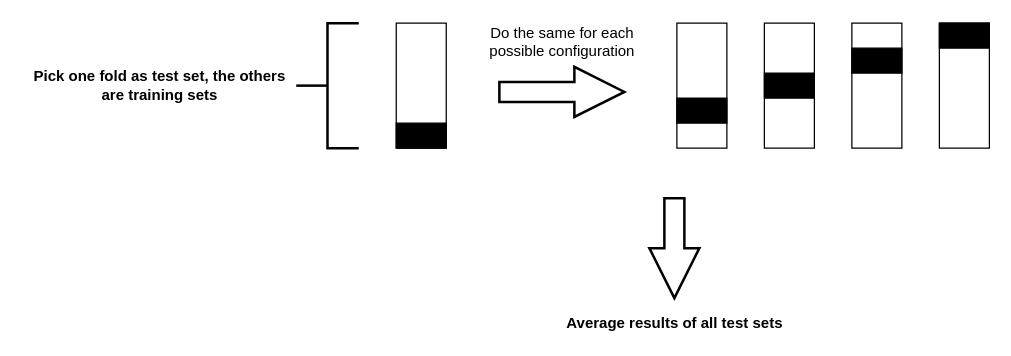
Above: Common/drawIo/cross_validation.drawio in clementju-jobinjo/thesis_template (draw.io), before the change. Source tidied: cells renumbered, new cells numbered last; positions are measured from the earlier drawing's top-left corner, leaving out a move shared by most shapes. Both pictures are drawn from the tidied source at 125%, with x=0, y=0 at pixel (20, 22).
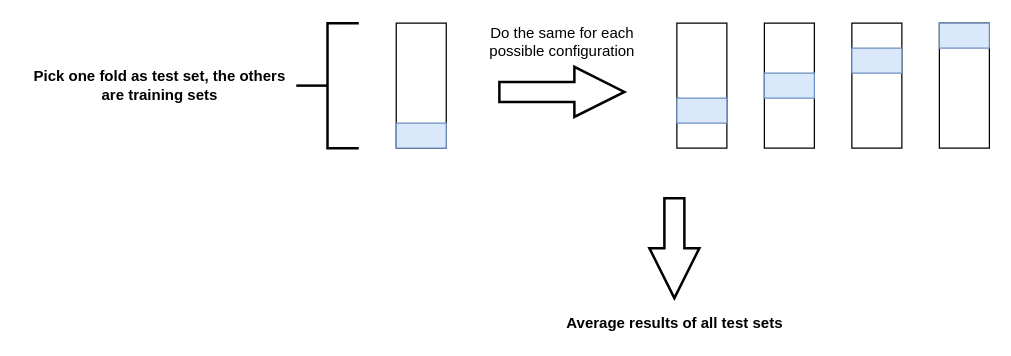
Above is the later version.

Commit message (it also covers changes not shown here):
Johan and Julien: cross_validation figure adapted to respect the design of the other figures

The edit, as a diff of the source:
```diff
@@
 <mxGraphModel>
   <root>
     <mxCell id="0" />
     <mxCell id="1" parent="0" />
     <mxCell id="2" style="rounded=0;whiteSpace=wrap;html=1;fillColor=#FFFFFF;rotation=90;strokeColor=#000000;" parent="1" vertex="1">
       <mxGeometry x="270.5" y="30" width="100" height="40" as="geometry" />
     </mxCell>
     <mxCell id="3" style="rounded=0;whiteSpace=wrap;html=1;fillColor=#FFFFFF;rotation=90;" parent="1" vertex="1">
       <mxGeometry x="495" y="30" width="100" height="40" as="geometry" />
     </mxCell>
     <mxCell id="4" style="rounded=0;whiteSpace=wrap;html=1;fillColor=#FFFFFF;rotation=90;" parent="1" vertex="1">
       <mxGeometry x="565" y="30" width="100" height="40" as="geometry" />
     </mxCell>
     <mxCell id="5" style="rounded=0;whiteSpace=wrap;html=1;fillColor=#FFFFFF;rotation=90;" parent="1" vertex="1">
       <mxGeometry x="635" y="30" width="100" height="40" as="geometry" />
     </mxCell>
     <mxCell id="6" style="rounded=0;whiteSpace=wrap;html=1;rotation=90;" parent="1" vertex="1">
       <mxGeometry x="705" y="30" width="100" height="40" as="geometry" />
     </mxCell>
-    <mxCell id="7" style="rounded=0;whiteSpace=wrap;html=1;fillColor=#000000;" parent="1" vertex="1">
+    <mxCell id="7" style="rounded=0;whiteSpace=wrap;html=1;fillColor=#dae8fc;strokeColor=#6c8ebf;" parent="1" vertex="1">
       <mxGeometry x="300.5" y="80" width="40" height="20" as="geometry" />
     </mxCell>
-    <mxCell id="8" style="rounded=0;whiteSpace=wrap;html=1;fillColor=#000000;" parent="1" vertex="1">
+    <mxCell id="8" style="rounded=0;whiteSpace=wrap;html=1;fillColor=#dae8fc;strokeColor=#6c8ebf;" parent="1" vertex="1">
       <mxGeometry x="525" y="60" width="40" height="20" as="geometry" />
     </mxCell>
-    <mxCell id="9" style="rounded=0;whiteSpace=wrap;html=1;fillColor=#000000;" parent="1" vertex="1">
+    <mxCell id="9" style="rounded=0;whiteSpace=wrap;html=1;fillColor=#dae8fc;strokeColor=#6c8ebf;" parent="1" vertex="1">
       <mxGeometry x="595" y="40" width="40" height="20" as="geometry" />
     </mxCell>
-    <mxCell id="10" style="rounded=0;whiteSpace=wrap;html=1;fillColor=#000000;" parent="1" vertex="1">
+    <mxCell id="10" style="rounded=0;whiteSpace=wrap;html=1;fillColor=#dae8fc;strokeColor=#6c8ebf;" parent="1" vertex="1">
       <mxGeometry x="665" y="20" width="40" height="20" as="geometry" />
     </mxCell>
-    <mxCell id="11" style="rounded=0;whiteSpace=wrap;html=1;fillColor=#000000;" parent="1" vertex="1">
+    <mxCell id="11" style="rounded=0;whiteSpace=wrap;html=1;fillColor=#dae8fc;strokeColor=#6c8ebf;" parent="1" vertex="1">
       <mxGeometry x="735" width="40" height="20" as="geometry" />
     </mxCell>
     <mxCell id="12" style="strokeWidth=2;html=1;shape=mxgraph.flowchart.annotation_2;align=left;labelPosition=right;fillColor=#000000;gradientColor=#ffffff;" parent="1" vertex="1">
       <mxGeometry x="220.5" width="50" height="100" as="geometry" />
     </mxCell>
     <mxCell id="13" value="&lt;div&gt;&lt;b&gt;Pick one fold as test set, the others &lt;br&gt;&lt;/b&gt;&lt;/div&gt;&lt;div&gt;&lt;b&gt;are training sets&lt;/b&gt;&lt;/div&gt;" style="text;html=1;align=center;verticalAlign=middle;" parent="1" vertex="1">
       <mxGeometry x="0.5" y="35" width="220" height="30" as="geometry" />
     </mxCell>
     <mxCell id="14" value="&lt;div&gt;Do the same for each &lt;br&gt;&lt;/div&gt;&lt;div&gt;possible configuration&lt;/div&gt;" style="text;html=1;align=center;verticalAlign=middle;" parent="1" vertex="1">
       <mxGeometry x="363" width="140" height="30" as="geometry" />
     </mxCell>
     <mxCell id="15" style="verticalLabelPosition=bottom;verticalAlign=top;html=1;strokeWidth=2;shape=mxgraph.arrows2.arrow;dy=0.6;dx=40;notch=0;fillColor=#FFFFFF;gradientColor=#ffffff;" parent="1" vertex="1">
       <mxGeometry x="383" y="35" width="100" height="40" as="geometry" />
     </mxCell>
     <mxCell id="16" style="verticalLabelPosition=bottom;verticalAlign=top;html=1;strokeWidth=2;shape=mxgraph.arrows2.arrow;dy=0.6;dx=40;notch=0;fillColor=#FFFFFF;gradientColor=#ffffff;rotation=90;" parent="1" vertex="1">
       <mxGeometry x="483" y="160" width="80" height="40" as="geometry" />
     </mxCell>
     <mxCell id="17" value="&lt;b&gt;Average results of all test sets&lt;/b&gt;" style="text;html=1;align=center;verticalAlign=middle;" parent="1" vertex="1">
       <mxGeometry x="428" y="230" width="190" height="20" as="geometry" />
     </mxCell>
   </root>
 </mxGraphModel>
```
